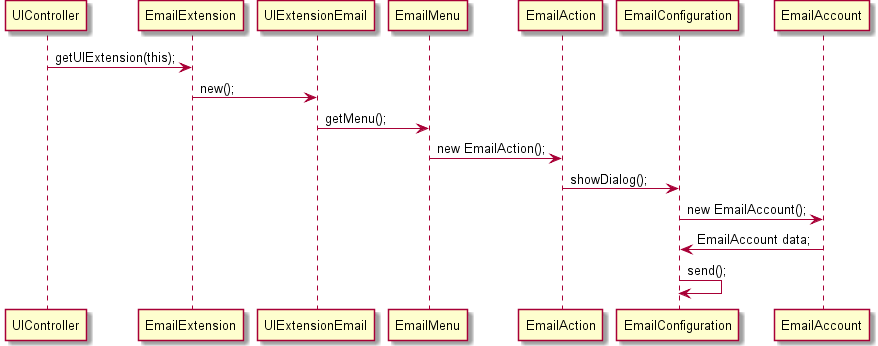
BeatrizSeabra/Project_Excel_Java keeps this PlantUML diagram as src/csheets/userstories/us016/doc-files/us016_design1.png. Above is the earlier version. The source it was exported from:
```plantuml
@startuml doc-files/us016_design1.png
UIController -> EmailExtension : getUIExtension(this);
EmailExtension -> UIExtensionEmail : new();
UIExtensionEmail -> EmailMenu : getMenu();
EmailMenu -> EmailAction : new EmailAction();
EmailAction -> EmailConfiguration : showDialog();
EmailConfiguration -> EmailAccount : new EmailAccount();
EmailAccount -> EmailConfiguration : EmailAccount data;
EmailConfiguration -> EmailConfiguration : send();
@enduml
```
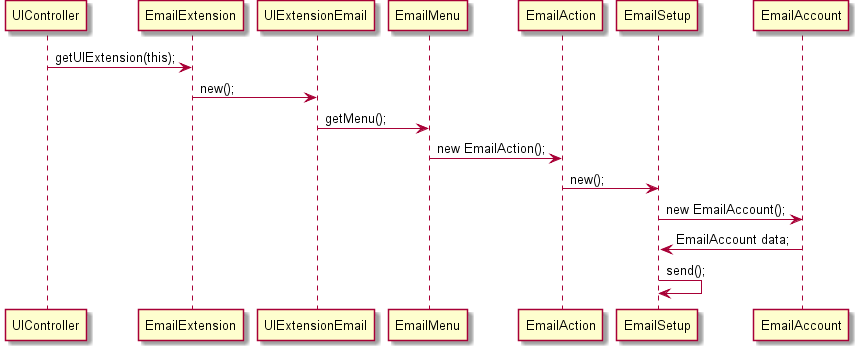
The same file after the commit.

What changed in the source:
```diff
@@ -3,8 +3,8 @@
 EmailExtension -> UIExtensionEmail : new();
 UIExtensionEmail -> EmailMenu : getMenu();
 EmailMenu -> EmailAction : new EmailAction();
-EmailAction -> EmailConfiguration : showDialog();
-EmailConfiguration -> EmailAccount : new EmailAccount();
-EmailAccount -> EmailConfiguration : EmailAccount data;
-EmailConfiguration -> EmailConfiguration : send();
+EmailAction -> EmailSetup : new();
+EmailSetup -> EmailAccount : new EmailAccount();
+EmailAccount -> EmailSetup : EmailAccount data;
+EmailSetup -> EmailSetup : send();
 @enduml
```
